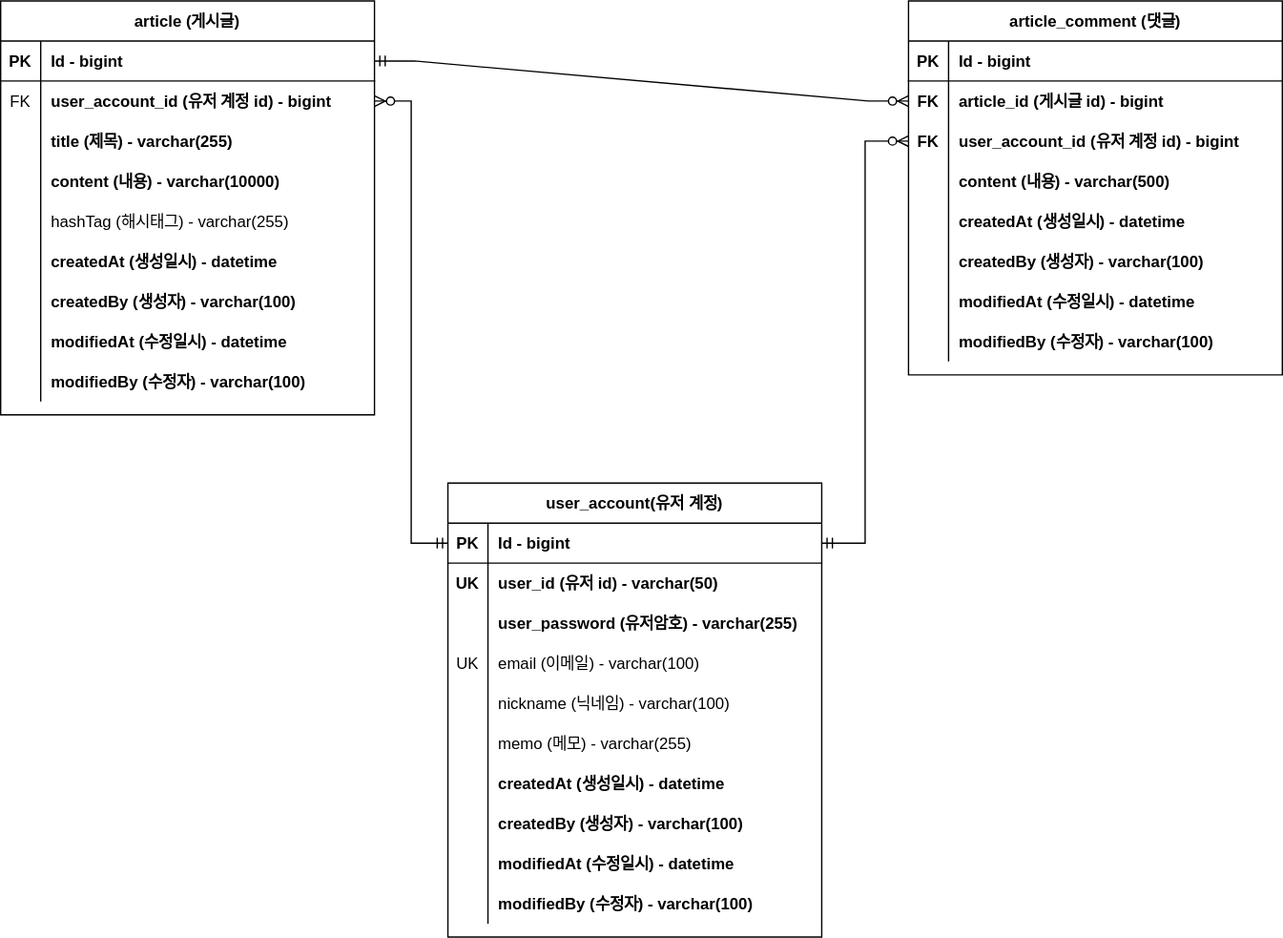
The draw.io diagram document/project-board-erd.svg in wlsgur073/practice-board-service-spring, before a commit. Source tidied: cells renumbered, new cells last; positions are measured from the earlier drawing's top-left corner, leaving out a move shared by most shapes.
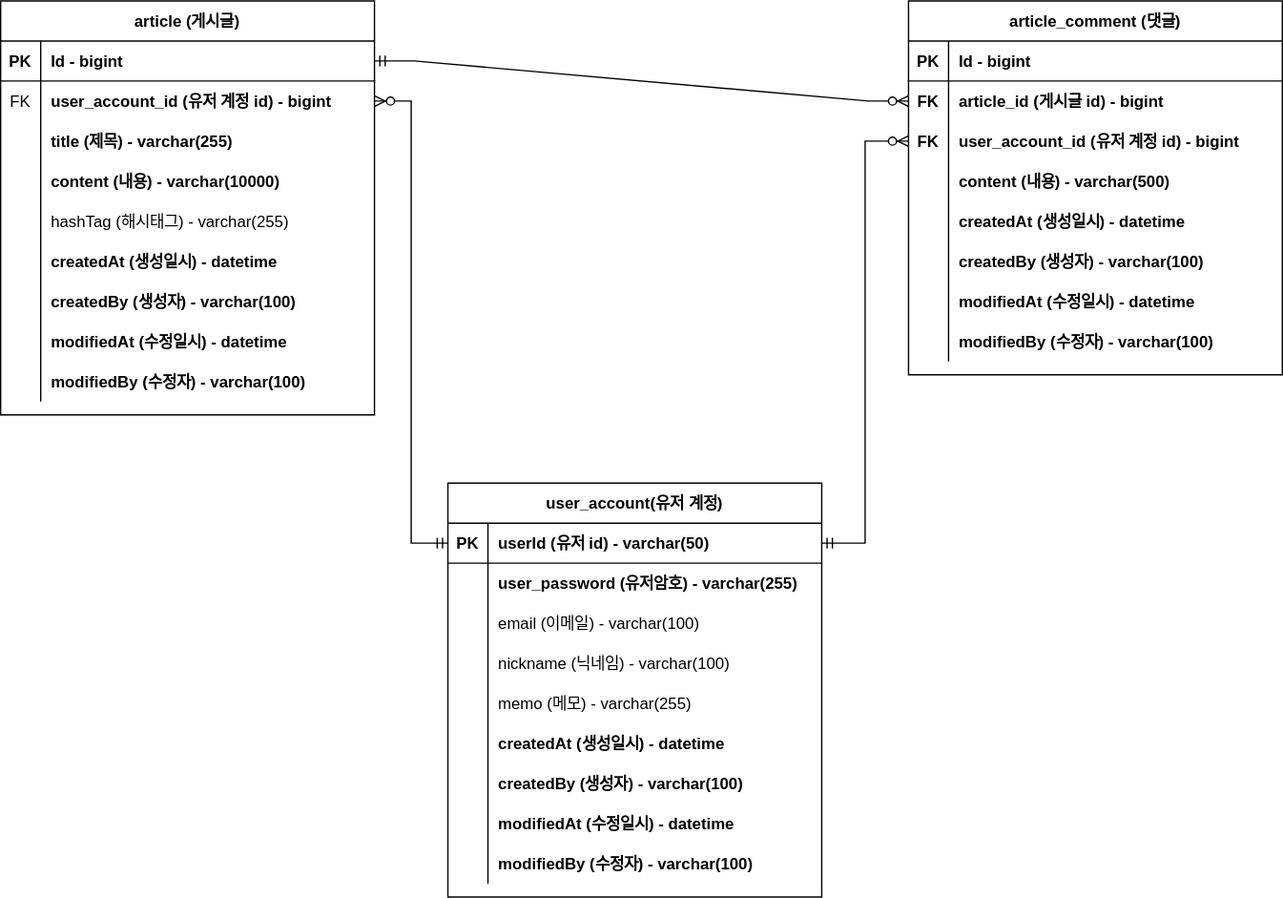
Above is the later version.

The edit, as a diff of the source:
```diff
@@ -165,7 +165,7 @@
       <mxGeometry relative="1" as="geometry" />
     </mxCell>
     <mxCell id="56" value="user_account(유저 계정)" style="shape=table;startSize=30;rowLines=0;fontStyle=1;align=center;" parent="1" vertex="1">
-      <mxGeometry x="335" y="361" width="280" height="340" as="geometry" />
+      <mxGeometry x="335" y="361" width="280" height="310" as="geometry" />
     </mxCell>
     <mxCell id="57" style="shape=partialRectangle;fillColor=none;points=[[0,0.5],[1,0.5]];portConstraint=eastwest;top=0;left=0;right=0;bottom=1;" parent="56" vertex="1">
       <mxGeometry y="30" width="280" height="30" as="geometry" />
@@ -173,20 +173,11 @@
     <mxCell id="58" value="PK" style="shape=partialRectangle;overflow=hidden;fillColor=none;top=0;left=0;bottom=0;right=0;fontStyle=1;" parent="57" vertex="1">
       <mxGeometry width="30" height="30" as="geometry" />
     </mxCell>
-    <mxCell id="59" value="Id - bigint" style="shape=partialRectangle;overflow=hidden;fillColor=none;top=0;left=0;bottom=0;right=0;align=left;spacingLeft=6;fontStyle=1;" parent="57" vertex="1">
+    <mxCell id="59" value="userId (유저 id) - varchar(50)" style="shape=partialRectangle;overflow=hidden;fillColor=none;top=0;left=0;bottom=0;right=0;align=left;spacingLeft=6;fontStyle=1;" parent="57" vertex="1">
       <mxGeometry x="30" width="250" height="30" as="geometry" />
     </mxCell>
-    <mxCell id="60" style="shape=partialRectangle;fillColor=none;top=0;left=0;right=0;bottom=0;" parent="56" vertex="1">
-      <mxGeometry y="60" width="280" height="30" as="geometry" />
-    </mxCell>
-    <mxCell id="61" value="UK" style="shape=partialRectangle;overflow=hidden;fillColor=none;top=0;left=0;bottom=0;right=0;fontStyle=1;" parent="60" vertex="1">
-      <mxGeometry width="30" height="30" as="geometry" />
-    </mxCell>
-    <mxCell id="62" value="user_id (유저 id) - varchar(50)" style="shape=partialRectangle;overflow=hidden;fillColor=none;top=0;left=0;bottom=0;right=0;align=left;spacingLeft=6;fontStyle=1;" parent="60" vertex="1">
-      <mxGeometry x="30" width="250" height="30" as="geometry" />
-    </mxCell>
     <mxCell id="63" style="shape=partialRectangle;fillColor=none;top=0;left=0;right=0;bottom=0;" parent="56" vertex="1">
-      <mxGeometry y="90" width="280" height="30" as="geometry" />
+      <mxGeometry y="60" width="280" height="30" as="geometry" />
     </mxCell>
     <mxCell id="64" style="shape=partialRectangle;overflow=hidden;fillColor=none;top=0;left=0;bottom=0;right=0;" parent="63" vertex="1">
       <mxGeometry width="30" height="30" as="geometry" />
@@ -195,16 +186,16 @@
       <mxGeometry x="30" width="250" height="30" as="geometry" />
     </mxCell>
     <mxCell id="66" style="shape=partialRectangle;fillColor=none;top=0;left=0;right=0;bottom=0;" parent="56" vertex="1">
-      <mxGeometry y="120" width="280" height="30" as="geometry" />
+      <mxGeometry y="90" width="280" height="30" as="geometry" />
     </mxCell>
-    <mxCell id="67" value="UK" style="shape=partialRectangle;overflow=hidden;fillColor=none;top=0;left=0;bottom=0;right=0;" parent="66" vertex="1">
+    <mxCell id="67" style="shape=partialRectangle;overflow=hidden;fillColor=none;top=0;left=0;bottom=0;right=0;" parent="66" vertex="1">
       <mxGeometry width="30" height="30" as="geometry" />
     </mxCell>
     <mxCell id="68" value="email (이메일) - varchar(100)" style="shape=partialRectangle;overflow=hidden;fillColor=none;top=0;left=0;bottom=0;right=0;align=left;spacingLeft=6;fontStyle=0;" parent="66" vertex="1">
       <mxGeometry x="30" width="250" height="30" as="geometry" />
     </mxCell>
     <mxCell id="69" style="shape=partialRectangle;fillColor=none;top=0;left=0;right=0;bottom=0;" parent="56" vertex="1">
-      <mxGeometry y="150" width="280" height="30" as="geometry" />
+      <mxGeometry y="120" width="280" height="30" as="geometry" />
     </mxCell>
     <mxCell id="70" style="shape=partialRectangle;overflow=hidden;fillColor=none;top=0;left=0;bottom=0;right=0;" parent="69" vertex="1">
       <mxGeometry width="30" height="30" as="geometry" />
@@ -213,7 +204,7 @@
       <mxGeometry x="30" width="250" height="30" as="geometry" />
     </mxCell>
     <mxCell id="72" style="shape=partialRectangle;fillColor=none;top=0;left=0;right=0;bottom=0;" parent="56" vertex="1">
-      <mxGeometry y="180" width="280" height="30" as="geometry" />
+      <mxGeometry y="150" width="280" height="30" as="geometry" />
     </mxCell>
     <mxCell id="73" style="shape=partialRectangle;overflow=hidden;fillColor=none;top=0;left=0;bottom=0;right=0;" parent="72" vertex="1">
       <mxGeometry width="30" height="30" as="geometry" />
@@ -222,7 +213,7 @@
       <mxGeometry x="30" width="250" height="30" as="geometry" />
     </mxCell>
     <mxCell id="75" style="shape=partialRectangle;fillColor=none;top=0;left=0;right=0;bottom=0;" parent="56" vertex="1">
-      <mxGeometry y="210" width="280" height="30" as="geometry" />
+      <mxGeometry y="180" width="280" height="30" as="geometry" />
     </mxCell>
     <mxCell id="76" style="shape=partialRectangle;overflow=hidden;fillColor=none;top=0;left=0;bottom=0;right=0;" parent="75" vertex="1">
       <mxGeometry width="30" height="30" as="geometry" />
@@ -231,7 +222,7 @@
       <mxGeometry x="30" width="250" height="30" as="geometry" />
     </mxCell>
     <mxCell id="78" style="shape=partialRectangle;fillColor=none;top=0;left=0;right=0;bottom=0;" parent="56" vertex="1">
-      <mxGeometry y="240" width="280" height="30" as="geometry" />
+      <mxGeometry y="210" width="280" height="30" as="geometry" />
     </mxCell>
     <mxCell id="79" style="shape=partialRectangle;overflow=hidden;fillColor=none;top=0;left=0;bottom=0;right=0;" parent="78" vertex="1">
       <mxGeometry width="30" height="30" as="geometry" />
@@ -240,7 +231,7 @@
       <mxGeometry x="30" width="250" height="30" as="geometry" />
     </mxCell>
     <mxCell id="81" style="shape=partialRectangle;fillColor=none;top=0;left=0;right=0;bottom=0;" parent="56" vertex="1">
-      <mxGeometry y="270" width="280" height="30" as="geometry" />
+      <mxGeometry y="240" width="280" height="30" as="geometry" />
     </mxCell>
     <mxCell id="82" style="shape=partialRectangle;overflow=hidden;fillColor=none;top=0;left=0;bottom=0;right=0;" parent="81" vertex="1">
       <mxGeometry width="30" height="30" as="geometry" />
@@ -249,7 +240,7 @@
       <mxGeometry x="30" width="250" height="30" as="geometry" />
     </mxCell>
     <mxCell id="84" style="shape=partialRectangle;fillColor=none;top=0;left=0;right=0;bottom=0;" parent="56" vertex="1">
-      <mxGeometry y="300" width="280" height="30" as="geometry" />
+      <mxGeometry y="270" width="280" height="30" as="geometry" />
     </mxCell>
     <mxCell id="85" style="shape=partialRectangle;overflow=hidden;fillColor=none;top=0;left=0;bottom=0;right=0;" parent="84" vertex="1">
       <mxGeometry width="30" height="30" as="geometry" />
```
